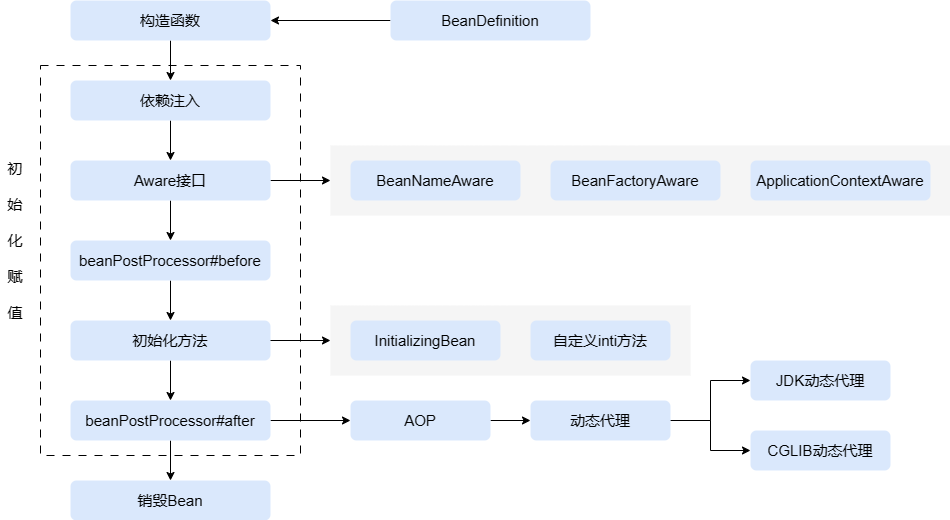
Above: drawio/SpringBean的生命周期.drawio.png in bamshoo/pic (draw.io), before the change. Source tidied: cells renumbered, new cells last; positions are measured from the earlier drawing's top-left corner, leaving out a move shared by most shapes.
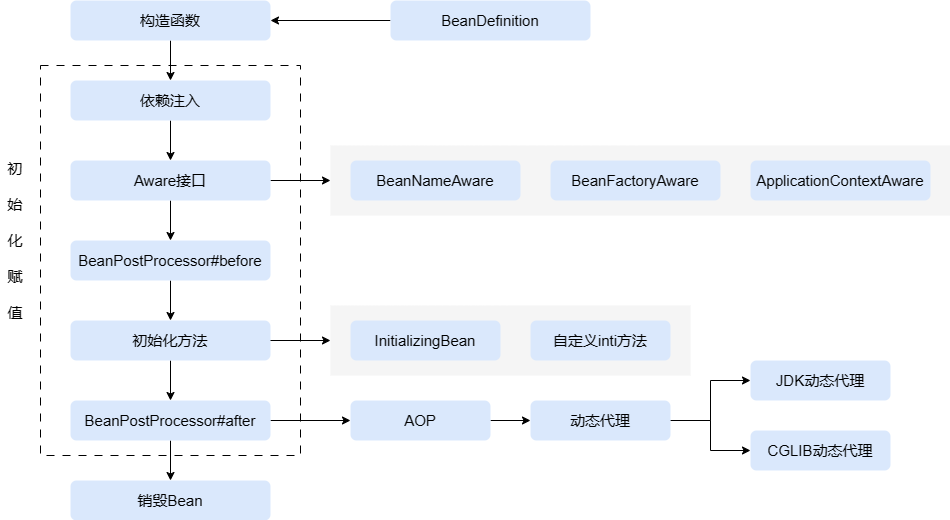
The same file after the commit.

Commit message:
更新SpringBean的生命周期.drawio.png

What changed in the source:
```diff
@@ -29,7 +29,7 @@
     <mxCell id="10" style="edgeStyle=orthogonalEdgeStyle;rounded=0;jettySize=auto;html=1;entryX=0.5;entryY=0;entryDx=0;entryDy=0;" parent="1" edge="1" source="11" target="35">
       <mxGeometry relative="1" as="geometry" />
     </mxCell>
-    <mxCell id="11" value="&lt;font style=&quot;font-size: 15px;&quot;&gt;beanPostProcessor#after&lt;/font&gt;" style="rounded=1;whiteSpace=wrap;html=1;fillColor=#dae8fc;strokeColor=none;dashed=1;dashPattern=1 4;" parent="1" vertex="1">
+    <mxCell id="11" value="&lt;font style=&quot;font-size: 15px;&quot;&gt;BeanPostProcessor#after&lt;/font&gt;" style="rounded=1;whiteSpace=wrap;html=1;fillColor=#dae8fc;strokeColor=none;dashed=1;dashPattern=1 4;" parent="1" vertex="1">
       <mxGeometry x="70" y="400" width="200" height="40" as="geometry" />
     </mxCell>
     <mxCell id="12" style="edgeStyle=orthogonalEdgeStyle;rounded=0;jettySize=auto;html=1;" parent="1" edge="1" source="14" target="16">
@@ -44,7 +44,7 @@
     <mxCell id="15" style="edgeStyle=orthogonalEdgeStyle;rounded=0;jettySize=auto;html=1;" parent="1" edge="1" source="16" target="19">
       <mxGeometry relative="1" as="geometry" />
     </mxCell>
-    <mxCell id="16" value="&lt;font style=&quot;font-size: 15px;&quot;&gt;beanPostProcessor#before&lt;/font&gt;" style="rounded=1;whiteSpace=wrap;html=1;fillColor=#dae8fc;strokeColor=none;dashed=1;dashPattern=1 4;" parent="1" vertex="1">
+    <mxCell id="16" value="&lt;font style=&quot;font-size: 15px;&quot;&gt;BeanPostProcessor#before&lt;/font&gt;" style="rounded=1;whiteSpace=wrap;html=1;fillColor=#dae8fc;strokeColor=none;dashed=1;dashPattern=1 4;" parent="1" vertex="1">
       <mxGeometry x="70" y="240" width="200" height="40" as="geometry" />
     </mxCell>
     <mxCell id="17" style="edgeStyle=orthogonalEdgeStyle;rounded=0;jettySize=auto;html=1;" parent="1" edge="1" source="19" target="11">
```
